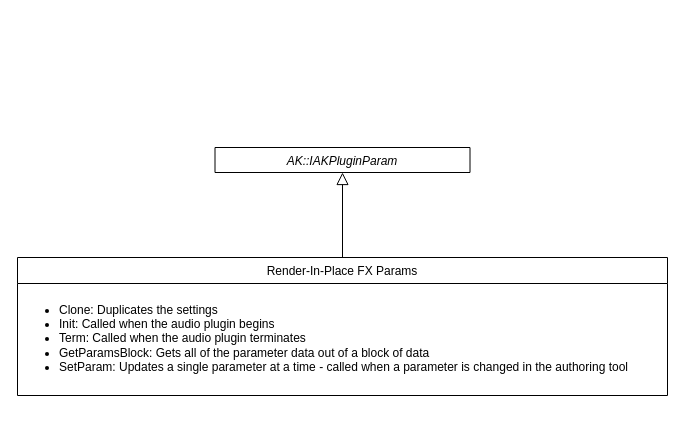
Above: AKPluginParam.drawio in Saber033/Comp-Sci-IA (draw.io), before the change. Source tidied: cells renumbered, new cells numbered last; positions are measured from the earlier drawing's top-left corner, leaving out a move shared by most shapes. Both pictures are drawn from the tidied source at 100%, with x=0, y=0 at pixel (17, 147).
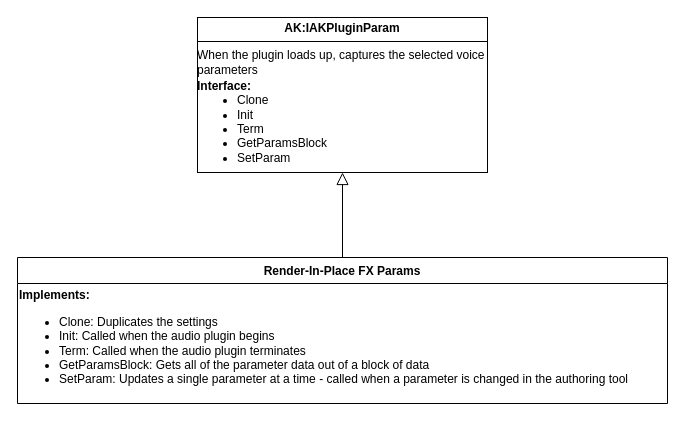
After the change.

Diff of the diagram source:
```diff
@@
 <mxGraphModel>
   <root>
     <mxCell id="0" />
     <mxCell id="1" parent="0" />
-    <mxCell id="2" value="AK::IAKPluginParam" style="swimlane;fontStyle=2;align=center;verticalAlign=top;horizontal=1;startSize=26;rounded=0;shadow=0;strokeWidth=1;" parent="1" vertex="1">
-      <mxGeometry x="197.5" width="255" height="25" as="geometry" />
-    </mxCell>
-    <mxCell id="3" value="Render-In-Place FX Params" style="swimlane;fontStyle=0;align=center;verticalAlign=top;horizontal=1;startSize=26;rounded=0;shadow=0;strokeWidth=1;" parent="1" vertex="1">
-      <mxGeometry y="110" width="650" height="138" as="geometry" />
+    <mxCell id="3" value="Render-In-Place FX Params" style="swimlane;fontStyle=1;align=center;verticalAlign=top;horizontal=1;startSize=26;rounded=0;shadow=0;strokeWidth=1;" parent="1" vertex="1">
+      <mxGeometry y="110" width="650" height="146" as="geometry" />
     </mxCell>
-    <mxCell id="4" value="&lt;ul&gt;&lt;li&gt;Clone: Duplicates the settings&lt;/li&gt;&lt;li&gt;Init: Called when the audio plugin begins&lt;/li&gt;&lt;li&gt;Term: Called when the audio plugin terminates&lt;/li&gt;&lt;li&gt;GetParamsBlock: Gets all of the parameter data out of a block of data&lt;/li&gt;&lt;li&gt;SetParam: Updates a single parameter at a time - called when a parameter is changed in the authoring tool&amp;nbsp;&lt;/li&gt;&lt;/ul&gt;" style="text;html=1;align=left;verticalAlign=middle;strokeColor=none;fillColor=none;" parent="3" vertex="1">
-      <mxGeometry y="26" width="650" height="110" as="geometry" />
+    <mxCell id="4" value="&lt;div&gt;&lt;b&gt;Implements:&lt;/b&gt;&lt;/div&gt;&lt;ul&gt;&lt;li&gt;Clone: Duplicates the settings&lt;/li&gt;&lt;li&gt;Init: Called when the audio plugin begins&lt;/li&gt;&lt;li&gt;Term: Called when the audio plugin terminates&lt;/li&gt;&lt;li&gt;GetParamsBlock: Gets all of the parameter data out of a block of data&lt;/li&gt;&lt;li&gt;SetParam: Updates a single parameter at a time - called when a parameter is changed in the authoring tool&amp;nbsp;&lt;/li&gt;&lt;/ul&gt;" style="text;html=1;align=left;verticalAlign=middle;strokeColor=none;fillColor=none;" parent="3" vertex="1">
+      <mxGeometry y="26" width="650" height="120" as="geometry" />
     </mxCell>
-    <mxCell id="5" style="endArrow=block;endSize=10;endFill=0;shadow=0;strokeWidth=1;rounded=0;elbow=vertical;" parent="1" edge="1" source="3" target="2">
-      <mxGeometry relative="1" as="geometry" />
+    <mxCell id="5" style="endArrow=block;endSize=10;endFill=0;shadow=0;strokeWidth=1;rounded=0;elbow=vertical;" parent="1" edge="1" source="3">
+      <mxGeometry relative="1" as="geometry">
+        <mxPoint x="325" y="25" as="targetPoint" />
+      </mxGeometry>
     </mxCell>
+    <mxCell id="6" value="&lt;p style=&quot;margin:0px;margin-top:4px;text-align:center;&quot;&gt;&lt;b&gt;AK:IAKPluginParam&lt;/b&gt;&lt;/p&gt;&lt;hr size=&quot;1&quot; style=&quot;border-style:solid;&quot;&gt;When the plugin loads up, captures the selected voice parameters&lt;div style=&quot;height:2px;&quot;&gt;&lt;br&gt;&lt;/div&gt;&lt;div style=&quot;height:2px;&quot;&gt;&lt;b&gt;Interface:&lt;/b&gt;&lt;/div&gt;&lt;div style=&quot;height:2px;&quot;&gt;&lt;ul&gt;&lt;li&gt;Clone&lt;/li&gt;&lt;li&gt;Init&lt;/li&gt;&lt;li&gt;Term&lt;/li&gt;&lt;li&gt;GetParamsBlock&lt;/li&gt;&lt;li&gt;SetParam&lt;/li&gt;&lt;/ul&gt;&lt;/div&gt;" style="verticalAlign=top;align=left;overflow=fill;html=1;whiteSpace=wrap;" parent="1" vertex="1">
+      <mxGeometry x="180" y="-130" width="290" height="155" as="geometry" />
+    </mxCell>
   </root>
 </mxGraphModel>
```
